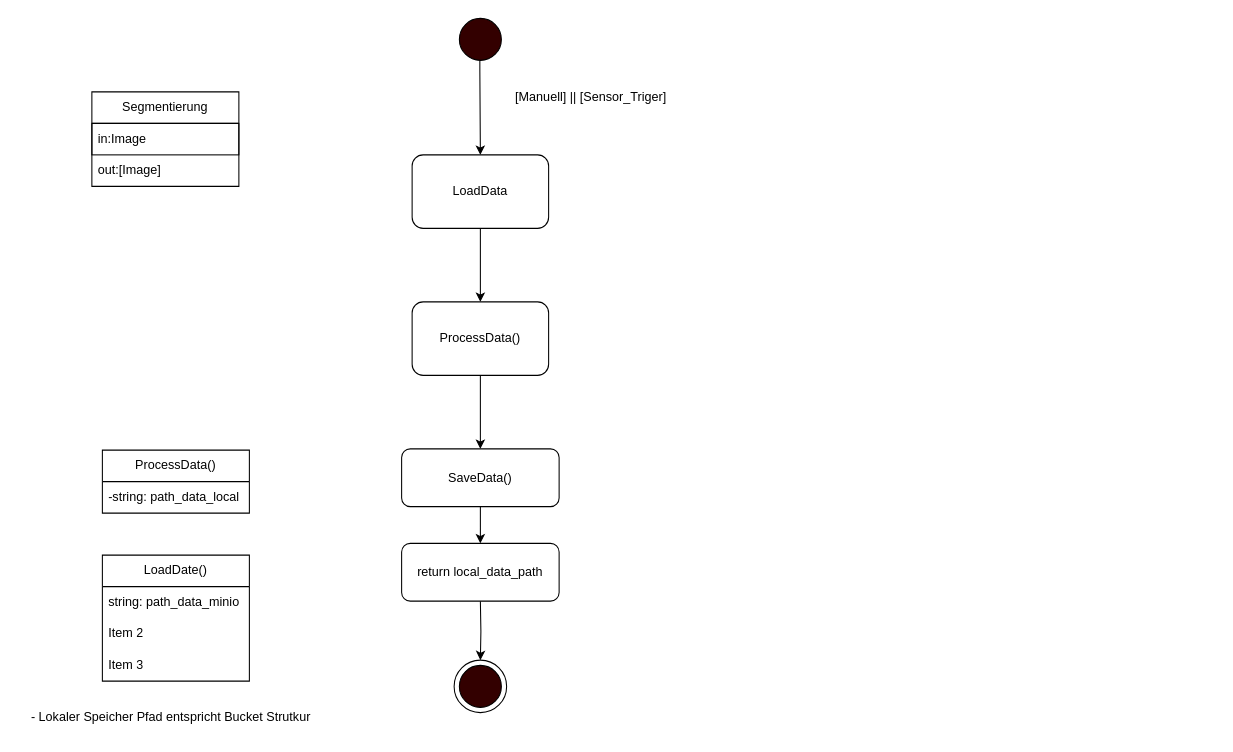
This is page "Segmetierung" (2 of 12) of Segmentierung.drawio from aquamas/diagrams, a draw.io file, before an edit. Source tidied: cells renumbered, new cells numbered last; positions are measured from the earlier drawing's top-left corner, leaving out a move shared by most shapes. Both pictures are drawn from the tidied source at 105%, with x=0, y=0 at pixel (18, 18).
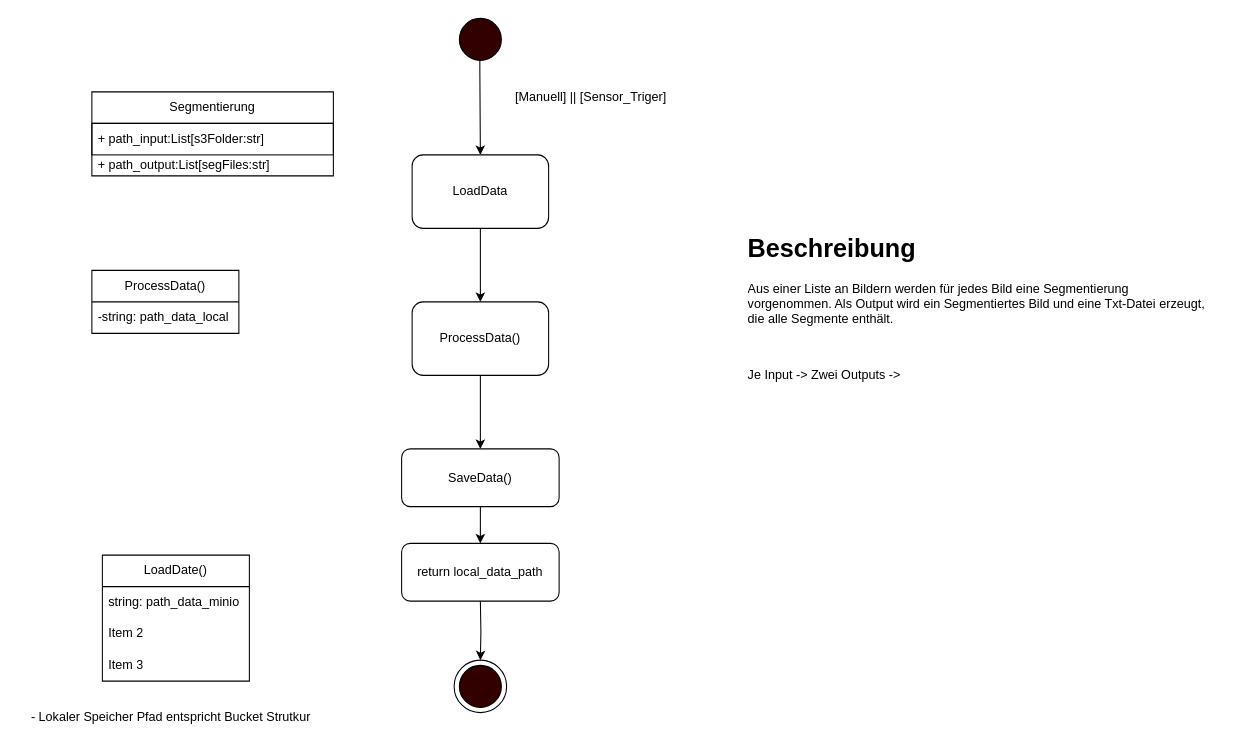
The same diagram, later.

Diff of the diagram source:
```diff
@@
     <mxCell id="8" value="ProcessData()" style="swimlane;fontStyle=0;horizontal=1;startSize=30;whiteSpace=wrap;html=1;" parent="1" vertex="1">
-      <mxGeometry x="80" y="411.2" width="140" height="60" as="geometry" />
+      <mxGeometry x="70" y="240" width="140" height="60" as="geometry" />
     </mxCell>
@@
     <mxCell id="22" value="Segmentierung" style="swimlane;fontStyle=0;horizontal=1;startSize=30;whiteSpace=wrap;html=1;" parent="1" vertex="1">
-      <mxGeometry x="70" y="70" width="140" height="90" as="geometry" />
+      <mxGeometry x="70" y="70" width="230" height="80" as="geometry" />
     </mxCell>
-    <mxCell id="23" value="in:Image" style="text;align=left;verticalAlign=middle;spacingLeft=4;spacingRight=4;overflow=hidden;whiteSpace=wrap;html=1;strokeWidth=1;imageAspect=1;strokeColor=default;perimeterSpacing=0;shadow=0;" parent="22" vertex="1">
-      <mxGeometry y="30" width="140" height="30" as="geometry" />
+    <mxCell id="23" value="+ path_input:List[s3Folder:str]" style="text;align=left;verticalAlign=middle;spacingLeft=4;spacingRight=4;overflow=hidden;whiteSpace=wrap;html=1;strokeWidth=1;imageAspect=1;strokeColor=default;perimeterSpacing=0;shadow=0;" parent="22" vertex="1">
+      <mxGeometry y="30" width="230" height="30" as="geometry" />
     </mxCell>
-    <mxCell id="24" value="out:[Image]" style="text;strokeColor=none;fillColor=none;align=left;verticalAlign=middle;spacingLeft=4;spacingRight=4;overflow=hidden;whiteSpace=wrap;html=1;" parent="22" vertex="1">
-      <mxGeometry y="60" width="140" height="30" as="geometry" />
+    <mxCell id="24" value="+ path_output:List[segFiles:str]" style="text;strokeColor=none;fillColor=none;align=left;verticalAlign=middle;spacingLeft=4;spacingRight=4;overflow=hidden;whiteSpace=wrap;html=1;" parent="22" vertex="1">
+      <mxGeometry y="60" width="230" height="20" as="geometry" />
     </mxCell>
+    <mxCell id="25" value="&lt;h1&gt;Beschreibung&lt;/h1&gt;&lt;p&gt;Aus einer Liste an Bildern werden für jedes Bild eine Segmentierung vorgenommen. Als Output wird ein Segmentiertes Bild und eine Txt-Datei erzeugt, die alle Segmente enthält.&lt;/p&gt;&lt;p&gt;&lt;br&gt;&lt;/p&gt;&lt;p&gt;Je Input -&amp;gt; Zwei Outputs -&amp;gt;&amp;nbsp;&lt;/p&gt;" style="text;html=1;strokeColor=none;fillColor=none;spacing=5;spacingTop=-20;whiteSpace=wrap;overflow=hidden;rounded=0;" parent="1" vertex="1">
+      <mxGeometry x="690" y="200" width="450" height="190" as="geometry" />
+    </mxCell>
```
